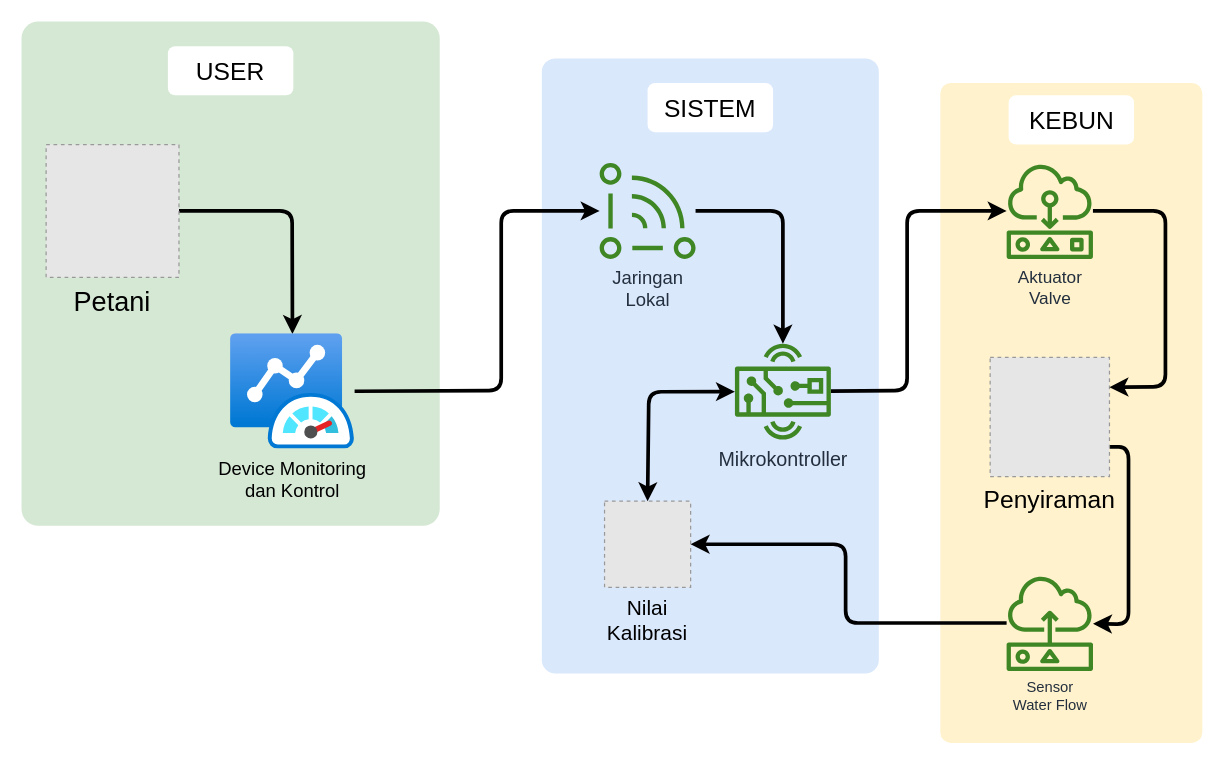
The draw.io diagram page "DFD Level 2 A" (1 of 5) of project/DFD/dfd.drawio in syukrillah0108/smawa, before the edit. Source tidied: cells renumbered, new cells numbered last; positions are measured from the earlier drawing's top-left corner, leaving out a move shared by most shapes. Both pictures are drawn from the tidied source at 123%, with x=0, y=0 at pixel (21, 21). Pictures stored in the file or linked from it are replaced by grey dashed boxes.
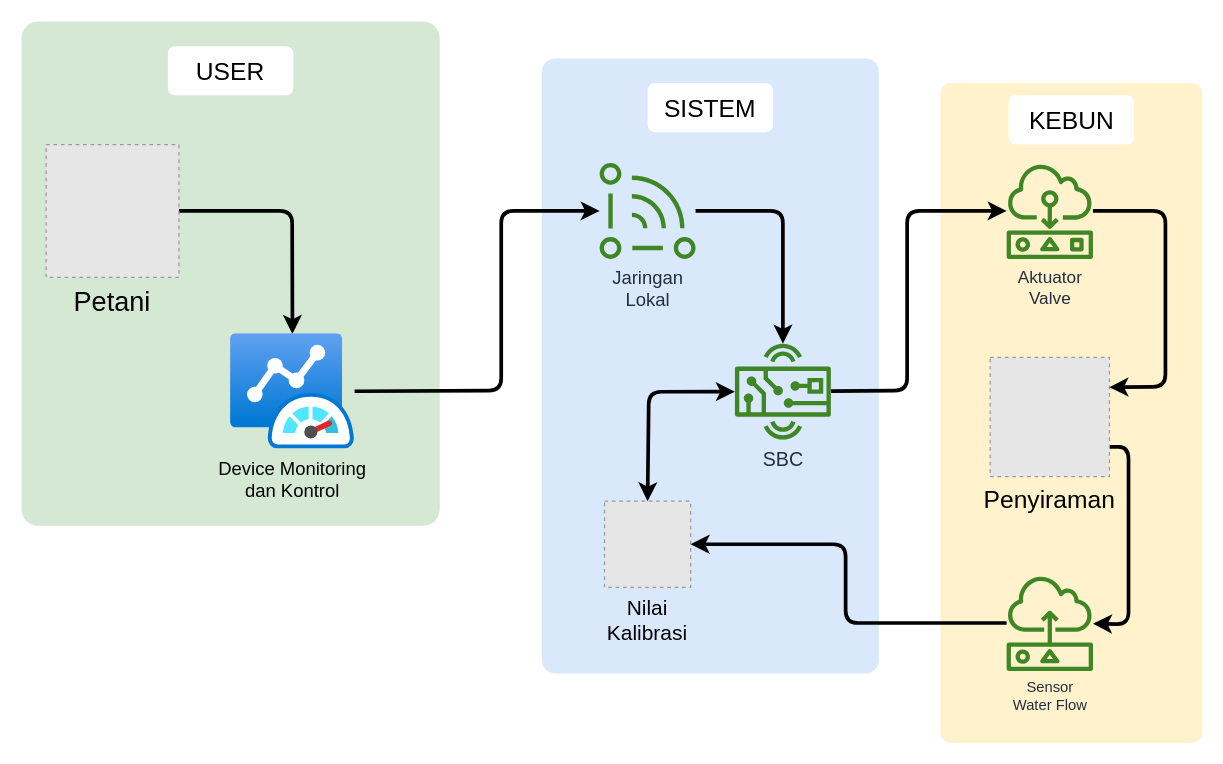
The same diagram, later.

What changed in the source:
```diff
@@
-    <mxCell id="17" value="Mikrokontroller" style="sketch=0;outlineConnect=0;fontColor=#232F3E;gradientColor=none;fillColor=#3F8624;strokeColor=none;dashed=0;verticalLabelPosition=bottom;verticalAlign=top;align=center;html=1;fontSize=16;fontStyle=0;shape=mxgraph.aws4.hardware_board;" parent="1" vertex="1">
+    <mxCell id="17" value="SBC" style="sketch=0;outlineConnect=0;fontColor=#232F3E;gradientColor=none;fillColor=#3F8624;strokeColor=none;dashed=0;verticalLabelPosition=bottom;verticalAlign=top;align=center;html=1;fontSize=16;fontStyle=0;shape=mxgraph.aws4.hardware_board;" parent="1" vertex="1">
       <mxGeometry x="580" y="261.9" width="78" height="78" as="geometry" />
     </mxCell>
```
